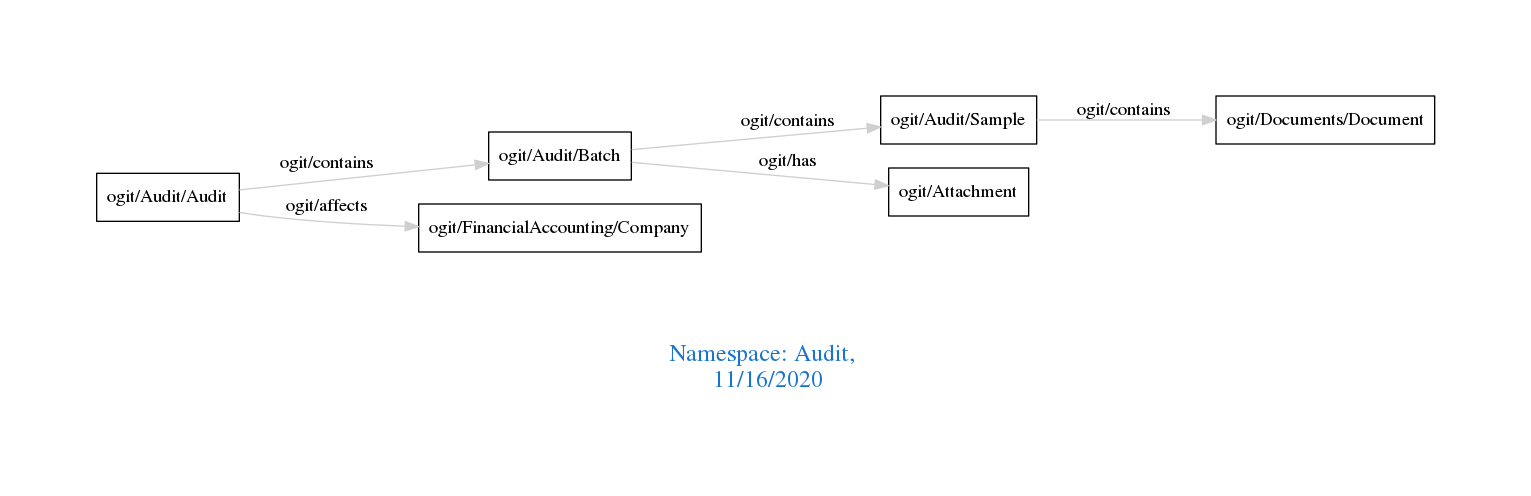
This is downloads/Audit.png from arago/OGIT, a Graphviz export, as it was before one commit. Its source is kept beside it as downloads/Audit.dot.
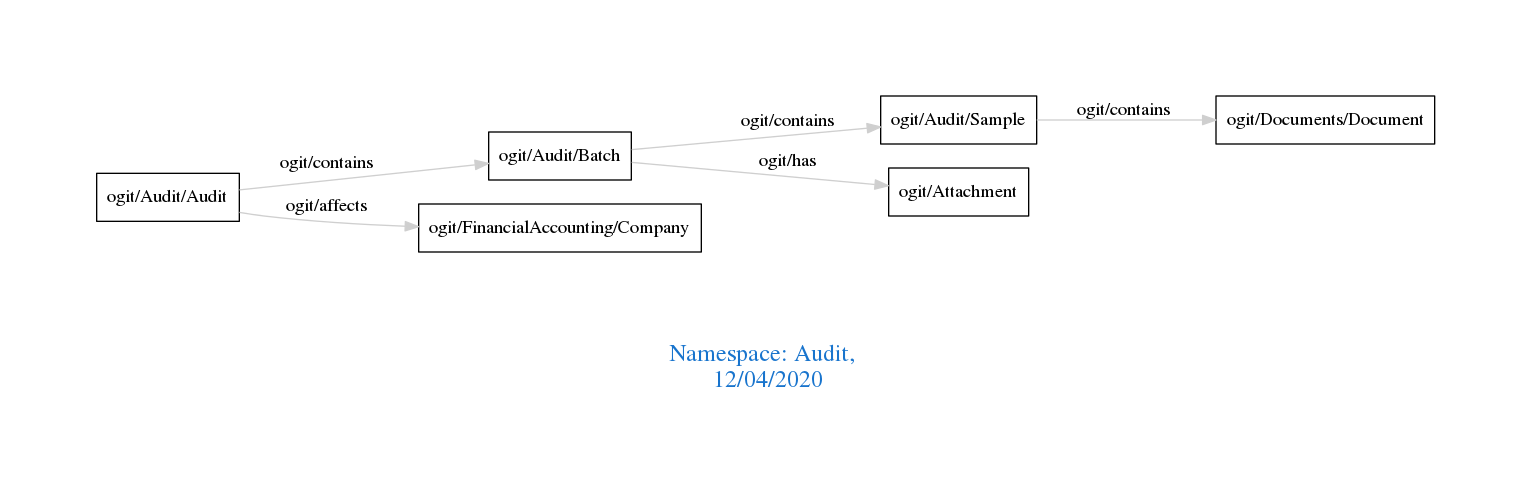
After the change.

Change to the diagram source:
```diff
@@ -1,7 +1,7 @@
 digraph OGIT_ontology {
  graph [ rankdir= LR,pad=1
 fontsize = 18,
-fontcolor= dodgerblue3,label = "\n\n\nNamespace: Audit, \n 11/16/2020"];
+fontcolor= dodgerblue3,label = "\n\n\nNamespace: Audit, \n 12/04/2020"];
 node[shape=polygon];
 edge [  color="gray81"];
 
```
